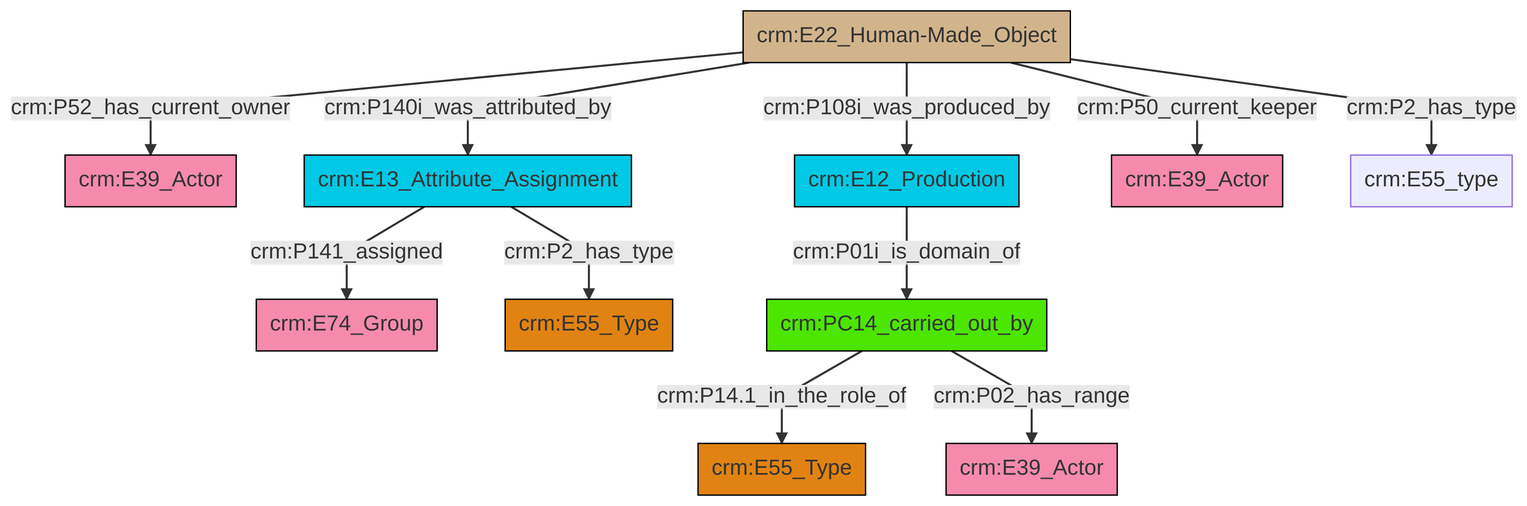
Before: et/artworkCSV/ttl/mmd/png/Artwork_Actor_Relations.png, a diagram exported from Mermaid (swiss-art-research-net/reference-data-models). Its source is kept beside it as et/artworkCSV/ttl/mmd/Artwork_Actor_Relations.ttl.mmd.
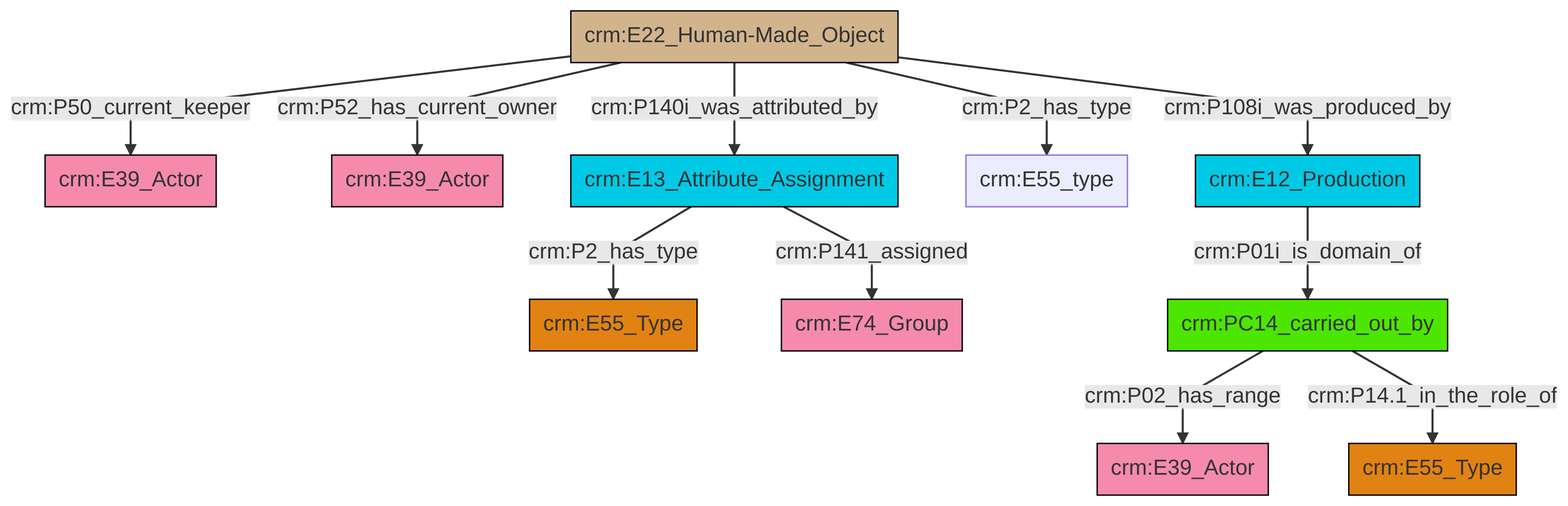
Above is the later version.

Diff of the diagram source:
```diff
@@ -13,13 +13,13 @@
 classDef PC_Classes fill:#4ce600, stroke:#000000;
 classDef Multi fill:#cccccc,stroke:#000000;
 
-2["crm:E22_Human-Made_Object"]:::Physical_Thing -->|crm:P140i_was_attributed_by| 4["crm:E13_Attribute_Assignment"]:::Temporal_Entity
-2["crm:E22_Human-Made_Object"]:::Physical_Thing -->|crm:P108i_was_produced_by| 5["crm:E12_Production"]:::Temporal_Entity
-4["crm:E13_Attribute_Assignment"]:::Temporal_Entity -->|crm:P141_assigned| 8["crm:E74_Group"]:::Actor
-4["crm:E13_Attribute_Assignment"]:::Temporal_Entity -->|crm:P2_has_type| 13["crm:E55_Type"]:::Type
-5["crm:E12_Production"]:::Temporal_Entity -->|crm:P01i_is_domain_of| 17["crm:PC14_carried_out_by"]:::PC_Classes
-2["crm:E22_Human-Made_Object"]:::Physical_Thing -->|crm:P2_has_type| 19["crm:E55_type"]:::Default
-2["crm:E22_Human-Made_Object"]:::Physical_Thing -->|crm:P52_has_current_owner| 0["crm:E39_Actor"]:::Actor
-17["crm:PC14_carried_out_by"]:::PC_Classes -->|crm:P14.1_in_the_role_of| 11["crm:E55_Type"]:::Type
-2["crm:E22_Human-Made_Object"]:::Physical_Thing -->|crm:P50_current_keeper| 9["crm:E39_Actor"]:::Actor
-17["crm:PC14_carried_out_by"]:::PC_Classes -->|crm:P02_has_range| 6["crm:E39_Actor"]:::Actor
+0["crm:E22_Human-Made_Object"]:::Physical_Thing -->|crm:P50_current_keeper| 1["crm:E39_Actor"]:::Actor
+0["crm:E22_Human-Made_Object"]:::Physical_Thing -->|crm:P2_has_type| 9["crm:E55_type"]:::Default
+0["crm:E22_Human-Made_Object"]:::Physical_Thing -->|crm:P52_has_current_owner| 2["crm:E39_Actor"]:::Actor
+7["crm:E13_Attribute_Assignment"]:::Temporal_Entity -->|crm:P2_has_type| 12["crm:E55_Type"]:::Type
+0["crm:E22_Human-Made_Object"]:::Physical_Thing -->|crm:P140i_was_attributed_by| 7["crm:E13_Attribute_Assignment"]:::Temporal_Entity
+0["crm:E22_Human-Made_Object"]:::Physical_Thing -->|crm:P108i_was_produced_by| 13["crm:E12_Production"]:::Temporal_Entity
+7["crm:E13_Attribute_Assignment"]:::Temporal_Entity -->|crm:P141_assigned| 17["crm:E74_Group"]:::Actor
+13["crm:E12_Production"]:::Temporal_Entity -->|crm:P01i_is_domain_of| 21["crm:PC14_carried_out_by"]:::PC_Classes
+21["crm:PC14_carried_out_by"]:::PC_Classes -->|crm:P02_has_range| 5["crm:E39_Actor"]:::Actor
+21["crm:PC14_carried_out_by"]:::PC_Classes -->|crm:P14.1_in_the_role_of| 10["crm:E55_Type"]:::Type
```
